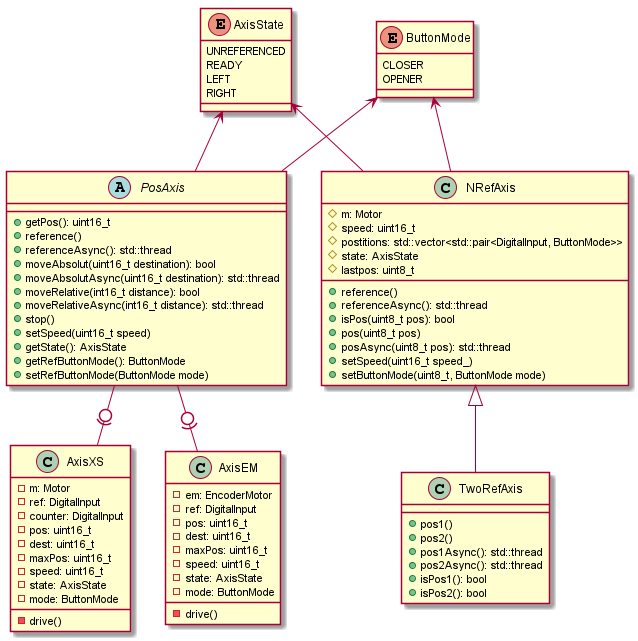
The PlantUML diagram documentation/high-level-api.png in SchmidJoel/FischertechnikTXTApi, before a commit.
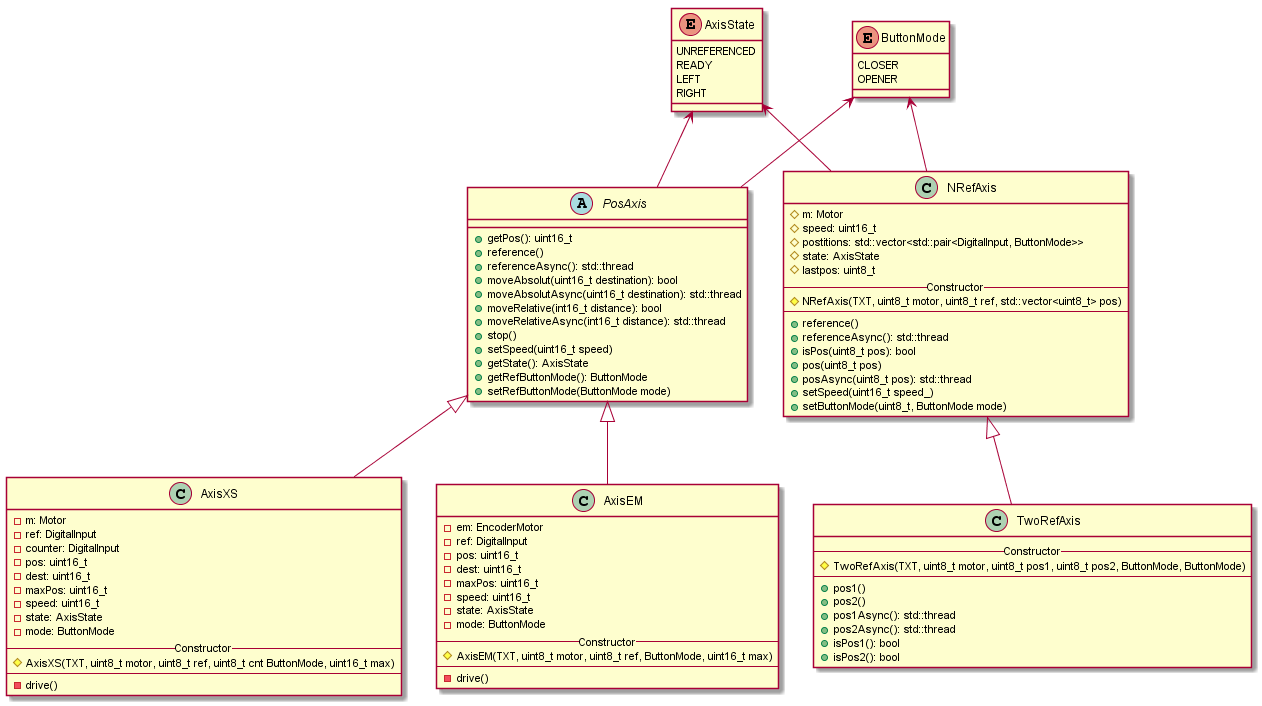
After the change.

The edit, as a diff of the source:
```diff
@@ -35,6 +35,9 @@
     -speed: uint16_t
     -state: AxisState
     -mode: ButtonMode
+    --Constructor--
+    #AxisEM(TXT, uint8_t motor, uint8_t ref, ButtonMode, uint16_t max)
+    ----
     -drive()
 }
 
@@ -48,17 +51,21 @@
     -speed: uint16_t
     -state: AxisState
     -mode: ButtonMode
+    --Constructor--
+    #AxisXS(TXT, uint8_t motor, uint8_t ref, uint8_t cnt ButtonMode, uint16_t max)
+    ----
     -drive()
 }
 
-class NRefAxis
-{
+class NRefAxis {
     #m: Motor
     #speed: uint16_t
     #postitions: std::vector<std::pair<DigitalInput, ButtonMode>>
     #state: AxisState
     #lastpos: uint8_t
-
+    --Constructor--
+    #NRefAxis(TXT, uint8_t motor, uint8_t ref, std::vector<uint8_t> pos)
+    ----
     +reference()
     +referenceAsync(): std::thread
     +isPos(uint8_t pos): bool
@@ -69,6 +76,9 @@
 }
 
 class TwoRefAxis {
+    --Constructor--
+    #TwoRefAxis(TXT, uint8_t motor, uint8_t pos1, uint8_t pos2, ButtonMode, ButtonMode)
+    ----
     +pos1()
     +pos2()
     +pos1Async(): std::thread
@@ -77,8 +87,8 @@
     +isPos2(): bool
 }
 
-PosAxis -0)- AxisEM
-PosAxis -0)- AxisXS
+PosAxis <|-- AxisEM
+PosAxis <|-- AxisXS
 NRefAxis <|-- TwoRefAxis
 ButtonMode <-- NRefAxis
 AxisState <-- NRefAxis
```
